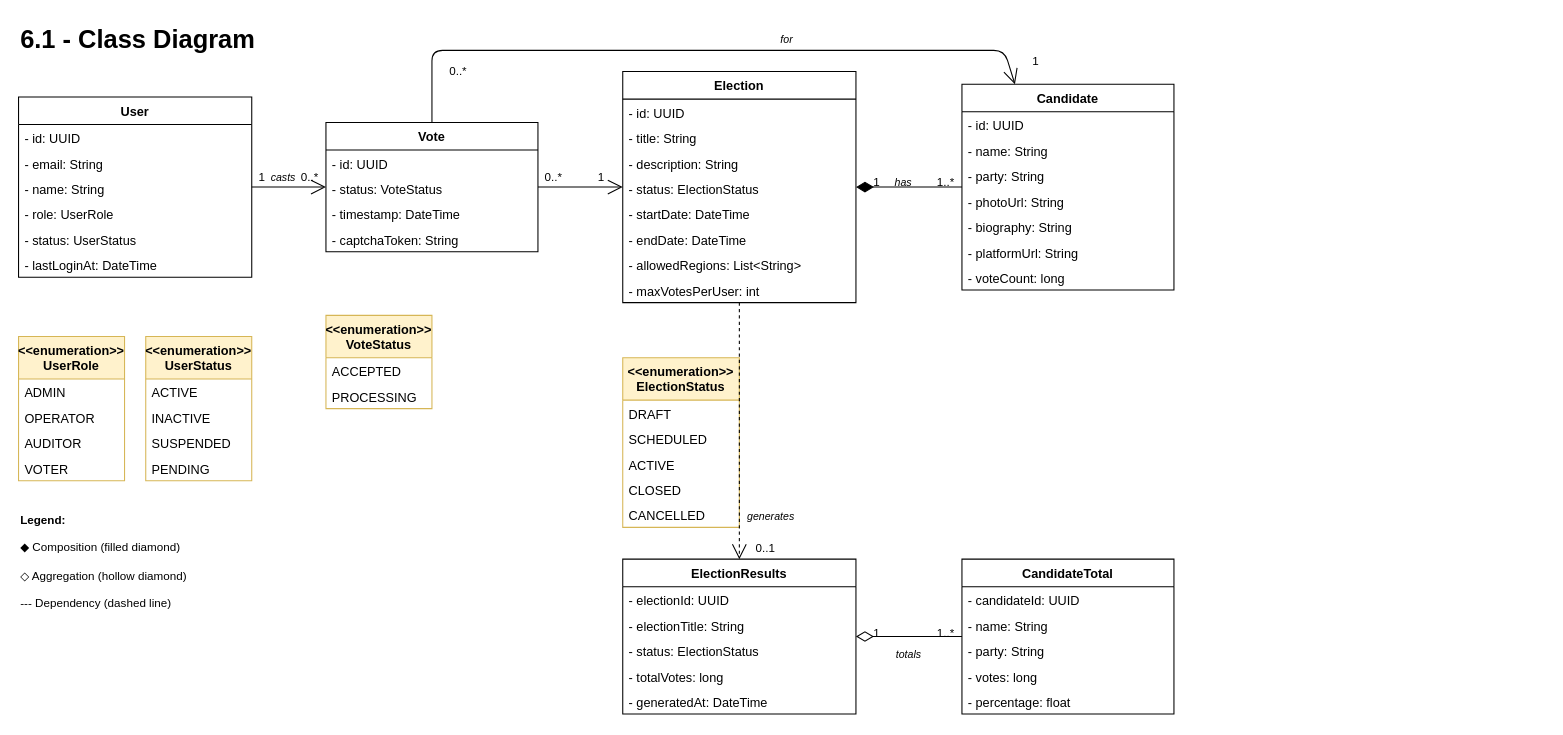
Above: page "6.1 - Class Diagram" (2 of 2) of kata-v1.drawio in diegoumpierre/vote-system (draw.io), before the change. Source tidied: cells renumbered, new cells numbered last; positions are measured from the earlier drawing's top-left corner, leaving out a move shared by most shapes. Both pictures are drawn from the tidied source at 106%, with x=0, y=0 at pixel (18, 18).
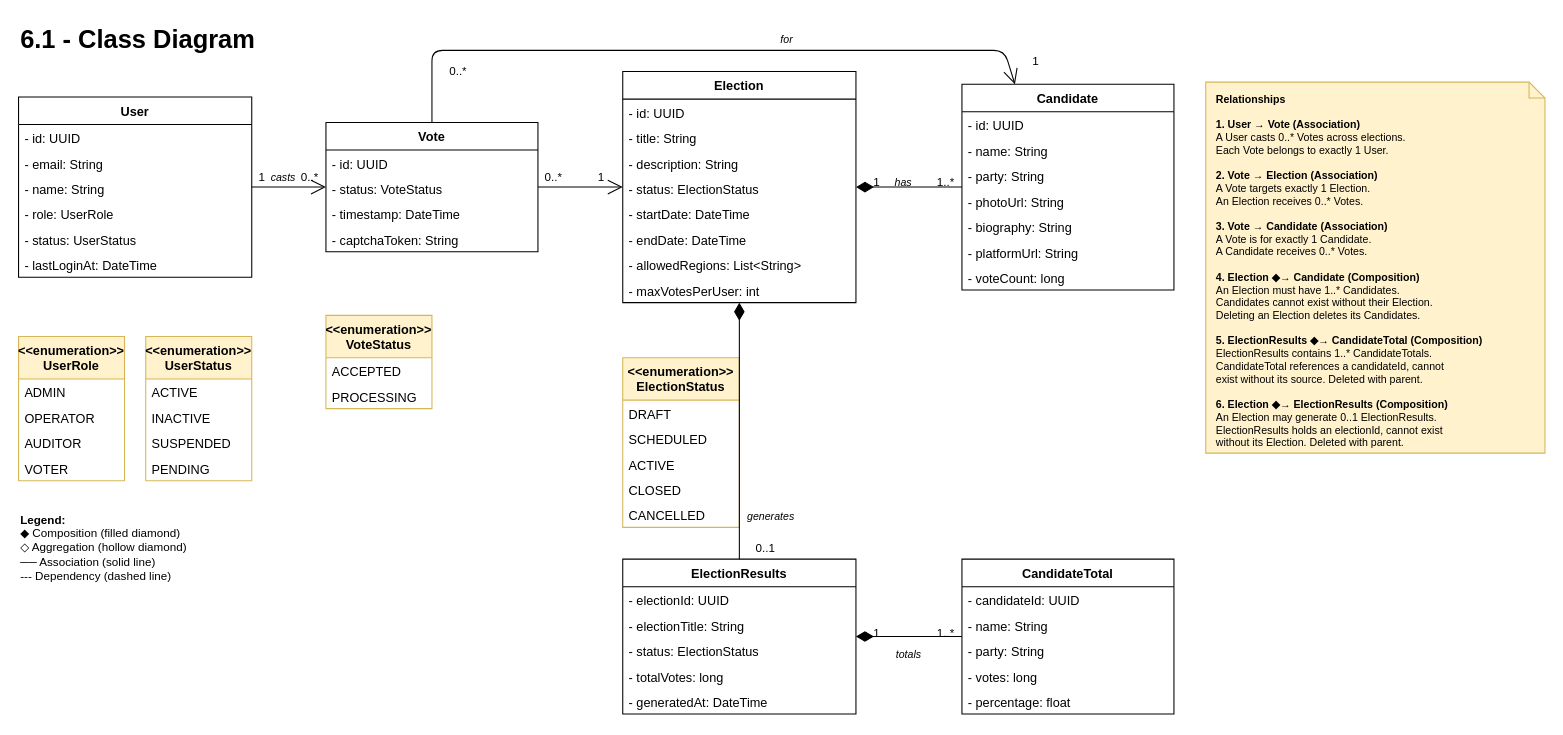
The same diagram, later.

Commit message:
6.1 class diagram

Unchanged cells that the change refers to:
```xml
<mxCell id="20" value="Election" style="swimlane;fontStyle=1;align=center;verticalAlign=top;horizontal=1;startSize=26;" parent="1" vertex="1">
  <mxGeometry x="570" y="50" width="220" height="218" as="geometry" />
</mxCell>
<mxCell id="51" value="ElectionResults" style="swimlane;fontStyle=1;align=center;verticalAlign=top;horizontal=1;startSize=26;" parent="1" vertex="1">
  <mxGeometry x="570" y="510" width="220" height="146" as="geometry" />
</mxCell>
<mxCell id="57" value="CandidateTotal" style="swimlane;fontStyle=1;align=center;verticalAlign=top;horizontal=1;startSize=26;" parent="1" vertex="1">
  <mxGeometry x="890" y="510" width="200" height="146" as="geometry" />
</mxCell>
```

Diff of the diagram source:
```diff
@@
-    <mxCell id="78" style="endArrow=none;html=1;startArrow=diamondThin;startFill=0;startSize=14;" parent="1" edge="1" source="51" target="57">
+    <mxCell id="78" style="endArrow=none;html=1;startArrow=diamondThin;startFill=1;startSize=14;" parent="1" edge="1" source="51" target="57">
       <mxGeometry relative="1" as="geometry" />
     </mxCell>
@@
-    <mxCell id="82" style="endArrow=open;endFill=0;endSize=12;html=1;dashed=1;" parent="1" edge="1" source="20" target="51">
+    <mxCell id="82" style="endArrow=none;html=1;startArrow=diamondThin;startFill=1;startSize=14;" parent="1" edge="1" source="20" target="51">
       <mxGeometry relative="1" as="geometry" />
     </mxCell>
@@
-    <mxCell id="85" value="&lt;b&gt;Legend:&lt;/b&gt;&lt;br&gt;&#10;◆ Composition (filled diamond)&lt;br&gt;&#10;◇ Aggregation (hollow diamond)&lt;br&gt;&#10;--- Dependency (dashed line)" style="text;html=1;strokeColor=none;fillColor=none;align=left;verticalAlign=top;whiteSpace=wrap;rounded=0;fontSize=11;" parent="1" vertex="1">
-      <mxGeometry y="460" width="200" height="80" as="geometry" />
+    <mxCell id="85" value="&lt;b&gt;Legend:&lt;/b&gt;&lt;br&gt;◆ Composition (filled diamond)&lt;br&gt;◇ Aggregation (hollow diamond)&lt;br&gt;── Association (solid line)&lt;br&gt;--- Dependency (dashed line)" style="text;html=1;strokeColor=none;fillColor=none;align=left;verticalAlign=top;whiteSpace=wrap;rounded=0;fontSize=11;" parent="1" vertex="1">
+      <mxGeometry y="460" width="200" height="90" as="geometry" />
     </mxCell>
+    <mxCell id="86" value="&lt;b&gt;Relationships&lt;/b&gt;&lt;br&gt;&lt;br&gt;&lt;b&gt;1. User → Vote (Association)&lt;/b&gt;&lt;br&gt;A User casts 0..* Votes across elections.&lt;br&gt;Each Vote belongs to exactly 1 User.&lt;br&gt;&lt;br&gt;&lt;b&gt;2. Vote → Election (Association)&lt;/b&gt;&lt;br&gt;A Vote targets exactly 1 Election.&lt;br&gt;An Election receives 0..* Votes.&lt;br&gt;&lt;br&gt;&lt;b&gt;3. Vote → Candidate (Association)&lt;/b&gt;&lt;br&gt;A Vote is for exactly 1 Candidate.&lt;br&gt;A Candidate receives 0..* Votes.&lt;br&gt;&lt;br&gt;&lt;b&gt;4. Election ◆→ Candidate (Composition)&lt;/b&gt;&lt;br&gt;An Election must have 1..* Candidates.&lt;br&gt;Candidates cannot exist without their Election.&lt;br&gt;Deleting an Election deletes its Candidates.&lt;br&gt;&lt;br&gt;&lt;b&gt;5. ElectionResults ◆→ CandidateTotal (Composition)&lt;/b&gt;&lt;br&gt;ElectionResults contains 1..* CandidateTotals.&lt;br&gt;CandidateTotal references a candidateId, cannot&lt;br&gt;exist without its source. Deleted with parent.&lt;br&gt;&lt;br&gt;&lt;b&gt;6. Election ◆→ ElectionResults (Composition)&lt;/b&gt;&lt;br&gt;An Election may generate 0..1 ElectionResults.&lt;br&gt;ElectionResults holds an electionId, cannot exist&lt;br&gt;without its Election. Deleted with parent." style="shape=note;whiteSpace=wrap;html=1;backgroundOutline=1;size=15;align=left;verticalAlign=top;spacingLeft=8;spacingTop=4;spacingRight=8;fontSize=10;fillColor=#fff2cc;strokeColor=#d6b656;" parent="1" vertex="1">
+      <mxGeometry x="1120" y="60" width="320" height="350" as="geometry" />
+    </mxCell>
```
